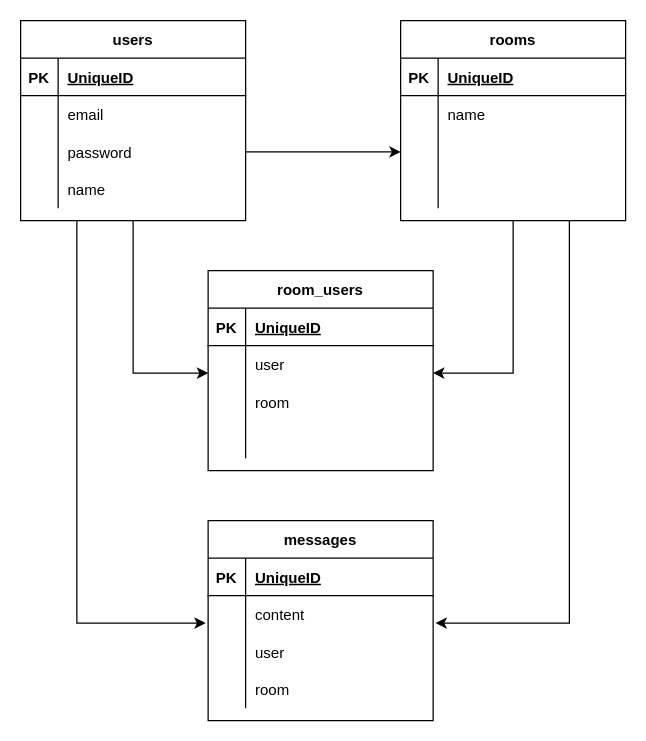
Earlier version of the draw.io diagram app/test.dio (kakeru0129/community-chat). Source tidied: cells renumbered, new cells numbered last; positions are measured from the earlier drawing's top-left corner, leaving out a move shared by most shapes. Both pictures are drawn from the tidied source at 125%, with x=0, y=0 at pixel (20, 20).
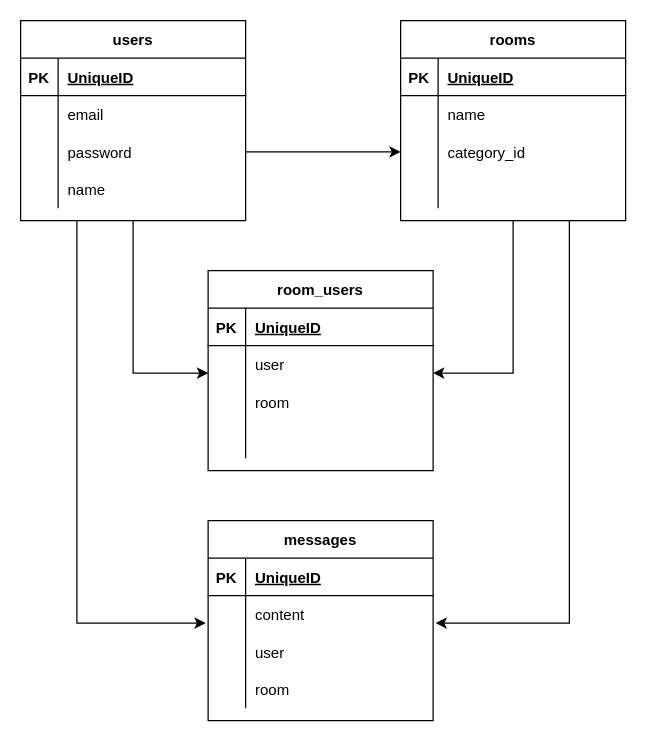
Above is the later version.

The change refers to these unchanged cells:
```xml
<mxCell id="26" style="shape=partialRectangle;fillColor=none;top=0;left=0;bottom=0;right=0;points=[[0,0.5],[1,0.5]];portConstraint=eastwest;" parent="19" vertex="1">
  <mxGeometry y="90" width="180" height="30" as="geometry" />
</mxCell>
```

The edit, as a diff of the source:
```diff
@@
-    <mxCell id="28" style="shape=partialRectangle;fillColor=none;top=0;left=0;bottom=0;right=0;align=left;spacingLeft=6;overflow=hidden;" parent="26" vertex="1">
+    <mxCell id="28" value="category_id" style="shape=partialRectangle;fillColor=none;top=0;left=0;bottom=0;right=0;align=left;spacingLeft=6;overflow=hidden;" parent="26" vertex="1">
       <mxGeometry x="30" width="150" height="30" as="geometry" />
     </mxCell>
```
